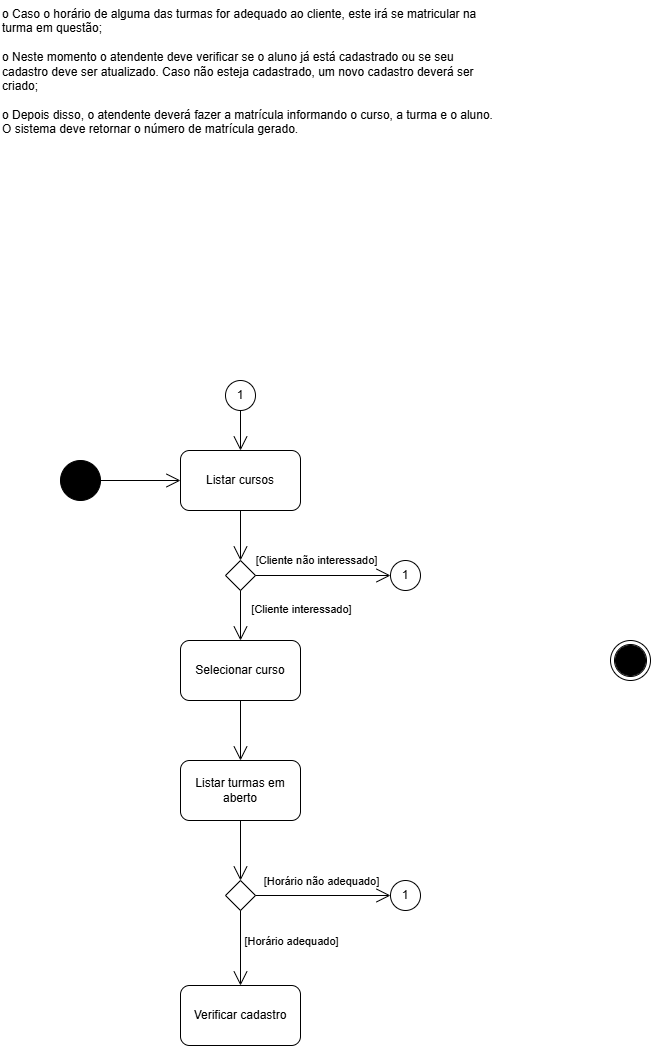
Before: APOO/diagrama_atividade/02_atividade/Controle_de_Cursos.png, a diagram exported from draw.io (joao-marcos-azvd/Estudos-de-programacao). Source tidied: cells renumbered, new cells last; positions are measured from the earlier drawing's top-left corner, leaving out a move shared by most shapes.
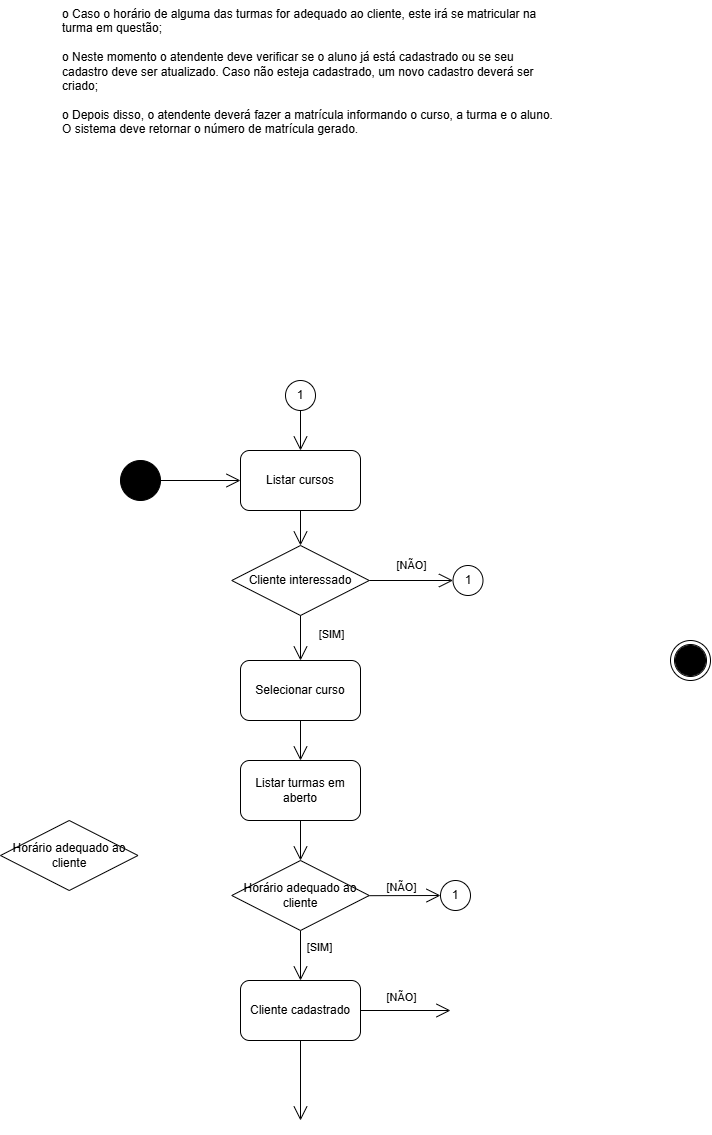
Above is the later version.

Change to the diagram source:
```diff
@@ -20,25 +20,25 @@
     <mxCell id="7" value="Listar cursos" style="rounded=1;whiteSpace=wrap;html=1;" parent="1" vertex="1">
       <mxGeometry x="180" y="450" width="120" height="60" as="geometry" />
     </mxCell>
-    <mxCell id="8" style="rhombus;whiteSpace=wrap;html=1;" parent="1" vertex="1">
-      <mxGeometry x="225" y="560" width="30" height="30" as="geometry" />
+    <mxCell id="8" value="Cliente interessado" style="rhombus;whiteSpace=wrap;html=1;" parent="1" vertex="1">
+      <mxGeometry x="171.2" y="545" width="137.5" height="70" as="geometry" />
     </mxCell>
     <mxCell id="9" style="endArrow=open;endFill=1;endSize=12;html=1;rounded=0;exitX=0.5;exitY=1;exitDx=0;exitDy=0;entryX=0.5;entryY=0;entryDx=0;entryDy=0;" parent="1" edge="1" source="7" target="8">
       <mxGeometry relative="1" as="geometry" />
     </mxCell>
     <mxCell id="10" value="Selecionar curso" style="rounded=1;whiteSpace=wrap;html=1;" parent="1" vertex="1">
-      <mxGeometry x="180" y="640" width="120" height="60" as="geometry" />
+      <mxGeometry x="180" y="660" width="120" height="60" as="geometry" />
     </mxCell>
     <mxCell id="11" style="endArrow=open;endFill=1;endSize=12;html=1;rounded=0;exitX=0.5;exitY=1;exitDx=0;exitDy=0;entryX=0.5;entryY=0;entryDx=0;entryDy=0;" parent="1" edge="1" source="8" target="10">
       <mxGeometry relative="1" as="geometry" />
     </mxCell>
-    <mxCell id="12" value="[Cliente interessado]" style="edgeLabel;html=1;align=center;verticalAlign=middle;" parent="11" vertex="1">
+    <mxCell id="12" value="[SIM]" style="edgeLabel;html=1;align=center;verticalAlign=middle;" parent="11" vertex="1">
       <mxGeometry x="-0.11" y="3" relative="1" as="geometry">
-        <mxPoint x="57" y="-4" as="offset" />
+        <mxPoint x="27" y="-2" as="offset" />
       </mxGeometry>
     </mxCell>
-    <mxCell id="13" value="[Cliente não interessado]" style="edgeLabel;html=1;align=center;verticalAlign=middle;" parent="1" vertex="1">
-      <mxGeometry x="405" y="560" as="geometry">
+    <mxCell id="13" value="[NÃO]" style="edgeLabel;html=1;align=center;verticalAlign=middle;" parent="1" vertex="1">
+      <mxGeometry x="440" y="565" as="geometry">
         <mxPoint x="-90" y="-1" as="offset" />
       </mxGeometry>
     </mxCell>
@@ -48,29 +48,30 @@
     <mxCell id="15" style="endArrow=open;endFill=1;endSize=12;html=1;rounded=0;exitX=0.5;exitY=1;exitDx=0;exitDy=0;entryX=0.5;entryY=0;entryDx=0;entryDy=0;" parent="1" edge="1" source="10" target="14">
       <mxGeometry relative="1" as="geometry" />
     </mxCell>
-    <mxCell id="16" value="Verificar cadastro" style="rounded=1;whiteSpace=wrap;html=1;" parent="1" vertex="1">
-      <mxGeometry x="180" y="985" width="120" height="60" as="geometry" />
+    <mxCell id="16" value="Cliente cadastrado" style="rounded=1;whiteSpace=wrap;html=1;" parent="1" vertex="1">
+      <mxGeometry x="180" y="980" width="120" height="60" as="geometry" />
     </mxCell>
-    <mxCell id="17" style="rhombus;whiteSpace=wrap;html=1;" parent="1" vertex="1">
-      <mxGeometry x="225" y="880" width="30" height="30" as="geometry" />
-    </mxCell>
-    <mxCell id="18" style="endArrow=open;endFill=1;endSize=12;html=1;rounded=0;exitX=0.5;exitY=1;exitDx=0;exitDy=0;entryX=0.5;entryY=0;entryDx=0;entryDy=0;" parent="1" edge="1" source="17" target="16">
+    <mxCell id="18" style="endArrow=open;endFill=1;endSize=12;html=1;rounded=0;exitX=0.5;exitY=1;exitDx=0;exitDy=0;entryX=0.5;entryY=0;entryDx=0;entryDy=0;" parent="1" edge="1" source="29" target="16">
       <mxGeometry relative="1" as="geometry" />
     </mxCell>
-    <mxCell id="19" style="endArrow=open;endFill=1;endSize=12;html=1;rounded=0;exitX=0.5;exitY=1;exitDx=0;exitDy=0;entryX=0.5;entryY=0;entryDx=0;entryDy=0;" parent="1" edge="1" source="14" target="17">
+    <mxCell id="19" style="endArrow=open;endFill=1;endSize=12;html=1;rounded=0;exitX=0.5;exitY=1;exitDx=0;exitDy=0;entryX=0.5;entryY=0;entryDx=0;entryDy=0;" parent="1" edge="1" source="14" target="29">
       <mxGeometry relative="1" as="geometry" />
     </mxCell>
-    <mxCell id="20" value="[Horário adequado]" style="edgeLabel;html=1;align=center;verticalAlign=middle;" parent="1" vertex="1">
-      <mxGeometry x="290" y="940" as="geometry" />
+    <mxCell id="20" value="[SIM]" style="edgeLabel;html=1;align=center;verticalAlign=middle;" parent="1" vertex="1">
+      <mxGeometry x="270" y="940" as="geometry">
+        <mxPoint x="-12" y="6" as="offset" />
+      </mxGeometry>
     </mxCell>
     <mxCell id="21" value="1" style="ellipse;whiteSpace=wrap;html=1;" parent="1" vertex="1">
-      <mxGeometry x="390" y="880" width="30" height="30" as="geometry" />
+      <mxGeometry x="380" y="880" width="30" height="30" as="geometry" />
     </mxCell>
-    <mxCell id="22" style="endArrow=open;endFill=1;endSize=12;html=1;rounded=0;exitX=1;exitY=0.5;exitDx=0;exitDy=0;entryX=0;entryY=0.5;entryDx=0;entryDy=0;" parent="1" edge="1" source="17" target="21">
+    <mxCell id="22" style="endArrow=open;endFill=1;endSize=12;html=1;rounded=0;entryX=0;entryY=0.5;entryDx=0;entryDy=0;exitX=0.953;exitY=0.503;exitDx=0;exitDy=0;exitPerimeter=0;" parent="1" edge="1" source="29" target="21">
       <mxGeometry relative="1" as="geometry" />
     </mxCell>
-    <mxCell id="23" value="[Horário não adequado]" style="edgeLabel;html=1;align=center;verticalAlign=middle;" parent="1" vertex="1">
-      <mxGeometry x="320" y="880" as="geometry" />
+    <mxCell id="23" value="[NÃO]" style="edgeLabel;html=1;align=center;verticalAlign=middle;" parent="1" vertex="1">
+      <mxGeometry x="360" y="890" as="geometry">
+        <mxPoint x="-20" y="-4" as="offset" />
+      </mxGeometry>
     </mxCell>
     <mxCell id="24" value="1" style="ellipse;whiteSpace=wrap;html=1;" parent="1" vertex="1">
       <mxGeometry x="225" y="380" width="30" height="30" as="geometry" />
@@ -79,10 +80,31 @@
       <mxGeometry relative="1" as="geometry" />
     </mxCell>
     <mxCell id="26" value="1" style="ellipse;whiteSpace=wrap;html=1;" parent="1" vertex="1">
-      <mxGeometry x="390" y="560" width="30" height="30" as="geometry" />
+      <mxGeometry x="392.5" y="565" width="30" height="30" as="geometry" />
     </mxCell>
     <mxCell id="27" style="endArrow=open;endFill=1;endSize=12;html=1;rounded=0;entryX=0;entryY=0.5;entryDx=0;entryDy=0;exitX=1;exitY=0.5;exitDx=0;exitDy=0;" parent="1" edge="1" source="8" target="26">
       <mxGeometry relative="1" as="geometry" />
     </mxCell>
+    <mxCell id="28" style="endArrow=open;endFill=1;endSize=12;html=1;rounded=0;exitX=0.5;exitY=1;exitDx=0;exitDy=0;entryX=0.5;entryY=0;entryDx=0;entryDy=0;" parent="1" edge="1" source="16">
+      <mxGeometry relative="1" as="geometry">
+        <mxPoint x="240" y="1120" as="targetPoint" />
+      </mxGeometry>
+    </mxCell>
+    <mxCell id="29" value="Horário adequado ao cliente" style="rhombus;whiteSpace=wrap;html=1;" parent="1" vertex="1">
+      <mxGeometry x="171.2" y="860" width="137.5" height="70" as="geometry" />
+    </mxCell>
+    <mxCell id="30" value="Horário adequado ao cliente" style="rhombus;whiteSpace=wrap;html=1;" parent="1" vertex="1">
+      <mxGeometry x="-60" y="820" width="137.5" height="70" as="geometry" />
+    </mxCell>
+    <mxCell id="31" style="endArrow=open;endFill=1;endSize=12;html=1;rounded=0;exitX=1;exitY=0.5;exitDx=0;exitDy=0;" parent="1" edge="1" source="16">
+      <mxGeometry relative="1" as="geometry">
+        <mxPoint x="390" y="1010" as="targetPoint" />
+      </mxGeometry>
+    </mxCell>
+    <mxCell id="32" value="[NÃO]" style="edgeLabel;html=1;align=center;verticalAlign=middle;" parent="1" vertex="1">
+      <mxGeometry x="360" y="1000" as="geometry">
+        <mxPoint x="-20" y="-4" as="offset" />
+      </mxGeometry>
+    </mxCell>
   </root>
 </mxGraphModel>
```
